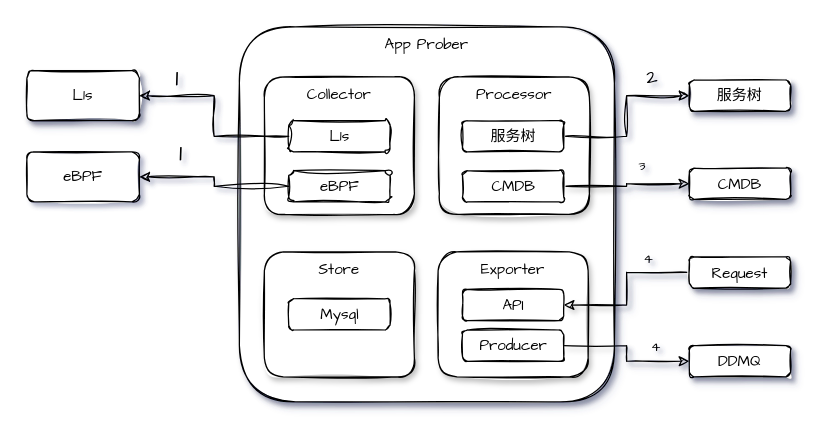
Earlier version of the draw.io diagram page "概要" (1 of 3) of app-prober.drawio (yubo/draw). Source tidied: cells renumbered, new cells numbered last; positions are measured from the earlier drawing's top-left corner, leaving out a move shared by most shapes. Both pictures are drawn from the tidied source at 125%, with x=0, y=0 at pixel (26, 26).
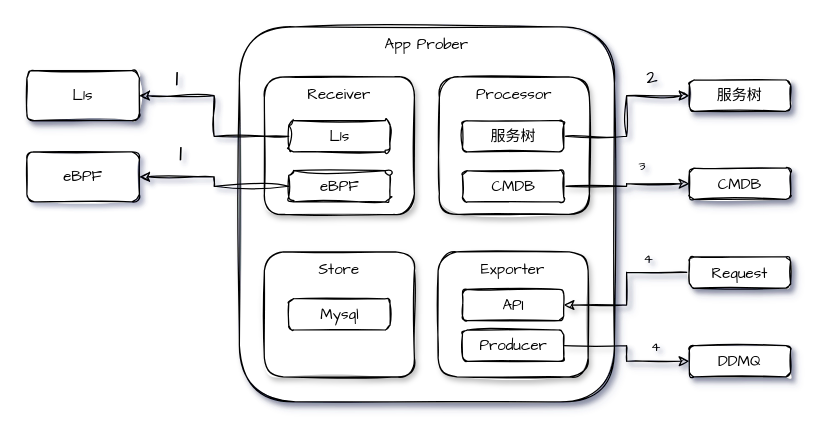
The same diagram, later.

What changed in the source:
```diff
@@
-    <mxCell id="5" value="&lt;font face=&quot;Comic Sans MS&quot;&gt;Collector&lt;/font&gt;" style="rounded=1;whiteSpace=wrap;html=1;shadow=1;sketch=1;strokeColor=default;fillColor=default;gradientColor=none;glass=0;horizontal=1;verticalAlign=top;labelBackgroundColor=none;" parent="1" vertex="1">
+    <mxCell id="5" value="&lt;font face=&quot;Comic Sans MS&quot;&gt;Receiver&lt;/font&gt;" style="rounded=1;whiteSpace=wrap;html=1;shadow=1;sketch=1;strokeColor=default;fillColor=default;gradientColor=none;glass=0;horizontal=1;verticalAlign=top;labelBackgroundColor=none;" parent="1" vertex="1">
       <mxGeometry x="190" y="40" width="120" height="110" as="geometry" />
     </mxCell>
```
